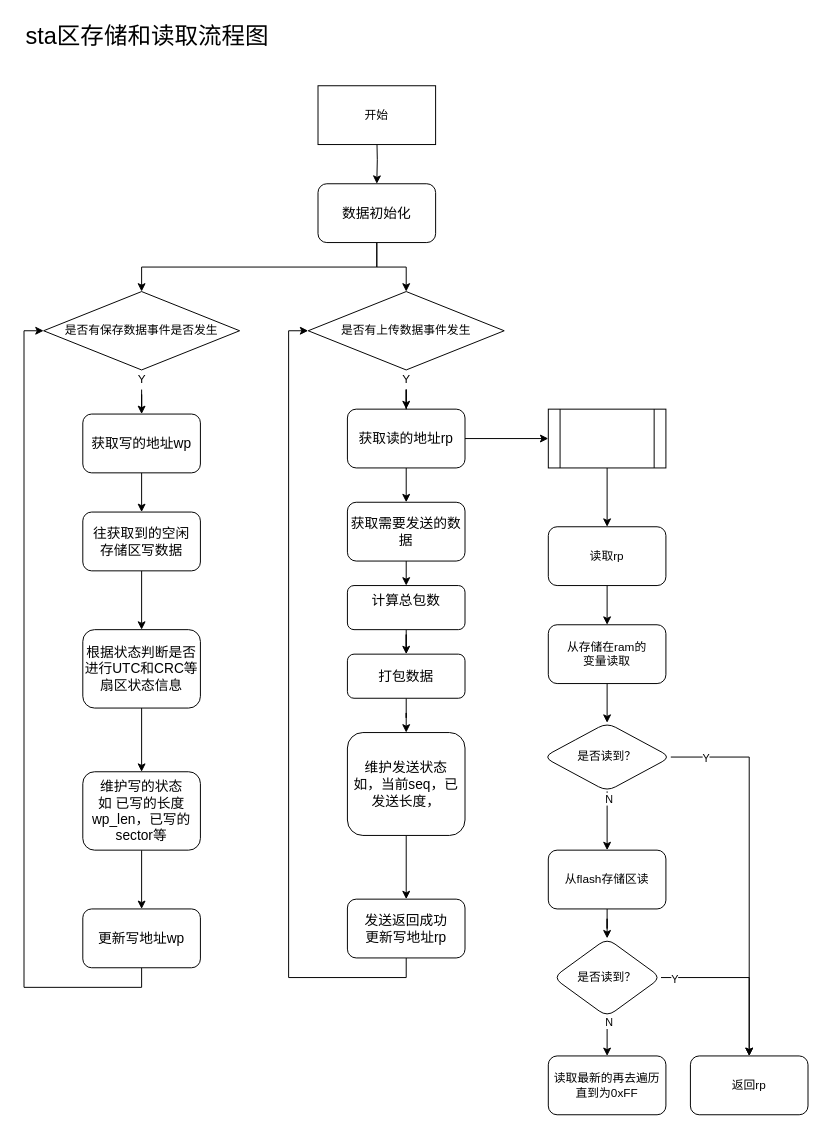
The draw.io diagram page "Page-1" (1 of 9) of P3.drawio in blackfalsehood/mycode, before the edit. Source tidied: cells renumbered, new cells numbered last; positions are measured from the earlier drawing's top-left corner, leaving out a move shared by most shapes. Both pictures are drawn from the tidied source at 98%, with x=0, y=0 at pixel (20, 17).
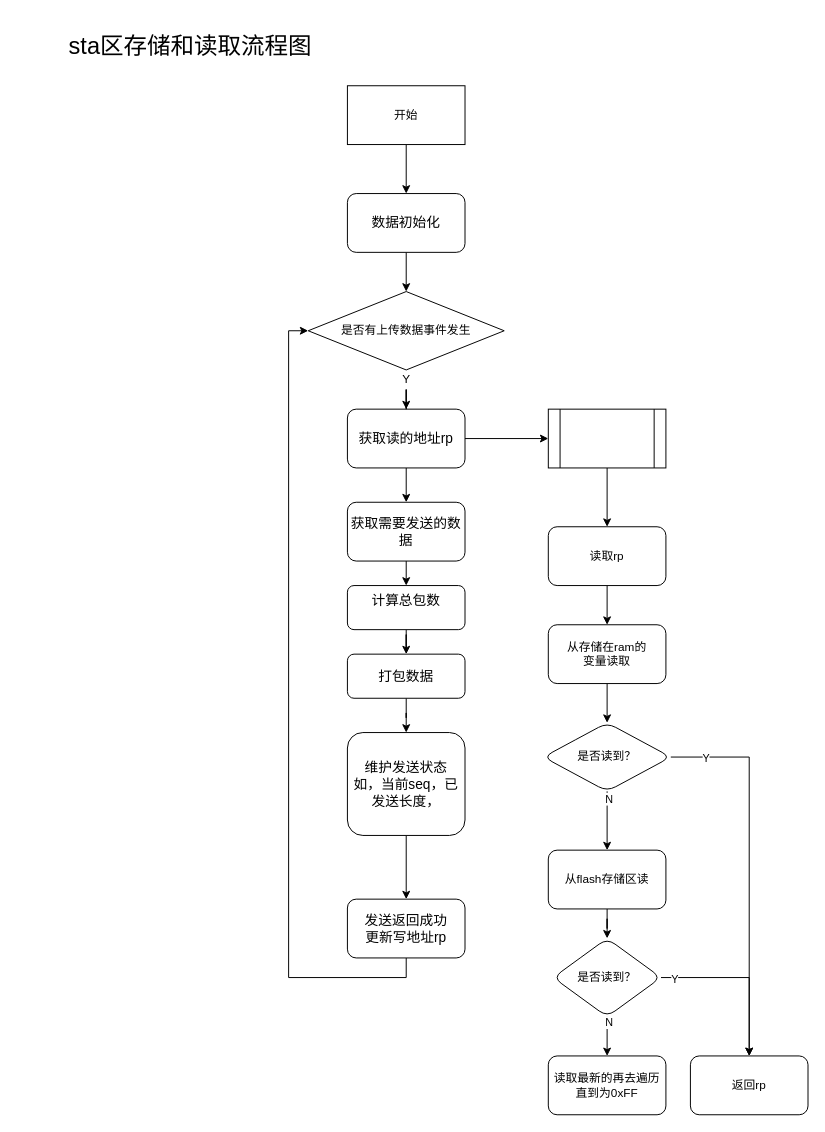
The same page after the edit.

Change to the diagram source:
```diff
@@
-    <mxCell id="2" style="edgeStyle=orthogonalEdgeStyle;rounded=0;jettySize=auto;html=1;exitX=0.5;exitY=1;exitDx=0;exitDy=0;entryX=0.5;entryY=0;entryDx=0;entryDy=0;" parent="1" edge="1" source="3" target="5">
-      <mxGeometry relative="1" as="geometry" />
-    </mxCell>
-    <mxCell id="3" value="&lt;font style=&quot;font-size: 14px&quot;&gt;获取写的地址wp&lt;/font&gt;" style="rounded=1;whiteSpace=wrap;html=1;" parent="1" vertex="1">
-      <mxGeometry x="64" y="405" width="120" height="60" as="geometry" />
-    </mxCell>
-    <mxCell id="4" style="edgeStyle=orthogonalEdgeStyle;rounded=0;jettySize=auto;html=1;exitX=0.5;exitY=1;exitDx=0;exitDy=0;entryX=0.5;entryY=0;entryDx=0;entryDy=0;" parent="1" edge="1" source="5" target="7">
-      <mxGeometry relative="1" as="geometry" />
-    </mxCell>
-    <mxCell id="5" value="&lt;span style=&quot;font-size: 14px&quot;&gt;往获取到的空闲&lt;br&gt;存储区写数据&lt;br&gt;&lt;/span&gt;" style="rounded=1;whiteSpace=wrap;html=1;" parent="1" vertex="1">
-      <mxGeometry x="64" y="505" width="120" height="60" as="geometry" />
-    </mxCell>
-    <mxCell id="6" style="edgeStyle=orthogonalEdgeStyle;rounded=0;jettySize=auto;html=1;entryX=0.5;entryY=0;entryDx=0;entryDy=0;" parent="1" edge="1" source="7" target="35">
-      <mxGeometry relative="1" as="geometry" />
-    </mxCell>
-    <mxCell id="7" value="&lt;span style=&quot;font-size: 14px&quot;&gt;根据状态判断是否进行UTC和CRC等扇区状态信息&lt;/span&gt;" style="rounded=1;whiteSpace=wrap;html=1;" parent="1" vertex="1">
-      <mxGeometry x="64" y="625" width="120" height="80" as="geometry" />
-    </mxCell>
-    <mxCell id="8" style="edgeStyle=orthogonalEdgeStyle;rounded=0;jettySize=auto;html=1;exitX=0.5;exitY=1;exitDx=0;exitDy=0;entryX=0;entryY=0.5;entryDx=0;entryDy=0;" parent="1" edge="1" source="9" target="16">
-      <mxGeometry relative="1" as="geometry" />
+    <mxCell id="8" style="edgeStyle=orthogonalEdgeStyle;rounded=0;orthogonalLoop=1;jettySize=auto;html=1;exitX=0.5;exitY=1;exitDx=0;exitDy=0;entryX=0;entryY=0.5;entryDx=0;entryDy=0;" parent="1" edge="1">
+      <mxGeometry relative="1" as="geometry">
+        <mxPoint x="168" y="980" as="sourcePoint" />
+      </mxGeometry>
     </mxCell>
-    <mxCell id="9" value="&lt;font style=&quot;font-size: 14px&quot;&gt;更新写地址wp&lt;/font&gt;" style="rounded=1;whiteSpace=wrap;html=1;" parent="1" vertex="1">
-      <mxGeometry x="64" y="910" width="120" height="60" as="geometry" />
-    </mxCell>
-    <mxCell id="10" style="edgeStyle=orthogonalEdgeStyle;rounded=0;jettySize=auto;html=1;exitX=0.5;exitY=1;exitDx=0;exitDy=0;entryX=0.5;entryY=0;entryDx=0;entryDy=0;" parent="1" edge="1" target="14">
-      <mxGeometry relative="1" as="geometry">
-        <mxPoint x="364" y="120" as="sourcePoint" />
-      </mxGeometry>
-    </mxCell>
+    <mxCell id="59" style="edgeStyle=orthogonalEdgeStyle;rounded=0;jettySize=auto;html=1;" parent="1" edge="1" source="11" target="14">
+      <mxGeometry relative="1" as="geometry" />
+    </mxCell>
     <mxCell id="11" value="开始" style="rounded=0;whiteSpace=wrap;html=1;" parent="1" vertex="1">
-      <mxGeometry x="304" y="70" width="120" height="60" as="geometry" />
+      <mxGeometry x="334" y="70" width="120" height="60" as="geometry" />
     </mxCell>
-    <mxCell id="12" style="edgeStyle=orthogonalEdgeStyle;rounded=0;jettySize=auto;html=1;exitX=0.5;exitY=1;exitDx=0;exitDy=0;entryX=0.5;entryY=0;entryDx=0;entryDy=0;" parent="1" edge="1" source="14" target="16">
-      <mxGeometry relative="1" as="geometry" />
-    </mxCell>
@@
     <mxCell id="14" value="&lt;font style=&quot;font-size: 14px&quot;&gt;数据初始化&lt;/font&gt;" style="rounded=1;whiteSpace=wrap;html=1;" parent="1" vertex="1">
-      <mxGeometry x="304" y="170" width="120" height="60" as="geometry" />
+      <mxGeometry x="334" y="180" width="120" height="60" as="geometry" />
     </mxCell>
-    <mxCell id="15" style="edgeStyle=orthogonalEdgeStyle;rounded=0;jettySize=auto;html=1;exitX=0.5;exitY=1;exitDx=0;exitDy=0;" parent="1" edge="1" source="17" target="3">
-      <mxGeometry relative="1" as="geometry" />
-    </mxCell>
-    <mxCell id="16" value="是否有保存数据事件是否发生" style="rhombus;whiteSpace=wrap;html=1;" parent="1" vertex="1">
-      <mxGeometry x="24" y="280" width="200" height="80" as="geometry" />
-    </mxCell>
-    <mxCell id="17" value="Y" style="text;html=1;align=center;verticalAlign=middle;points=[];fillColor=none;strokeColor=none;rounded=0;" parent="1" vertex="1">
-      <mxGeometry x="114" y="360" width="20" height="20" as="geometry" />
-    </mxCell>
-    <mxCell id="18" style="edgeStyle=orthogonalEdgeStyle;rounded=0;jettySize=auto;html=1;exitX=0.5;exitY=1;exitDx=0;exitDy=0;" parent="1" edge="1" source="16" target="17">
-      <mxGeometry relative="1" as="geometry">
-        <Array as="points">
-          <mxPoint x="124" y="370" />
-          <mxPoint x="124" y="370" />
-        </Array>
-      </mxGeometry>
-    </mxCell>
@@
-    <mxCell id="34" style="edgeStyle=orthogonalEdgeStyle;rounded=0;jettySize=auto;html=1;exitX=0.5;exitY=1;exitDx=0;exitDy=0;" parent="1" edge="1" source="35" target="9">
-      <mxGeometry relative="1" as="geometry" />
-    </mxCell>
-    <mxCell id="35" value="&lt;span style=&quot;font-size: 14px&quot;&gt;维护写的状态&lt;br&gt;如 已写的长度wp_len，已写的sector等&lt;br&gt;&lt;/span&gt;" style="rounded=1;whiteSpace=wrap;html=1;" parent="1" vertex="1">
-      <mxGeometry x="64" y="770" width="120" height="80" as="geometry" />
-    </mxCell>
@@
     <mxCell id="58" value="&lt;font style=&quot;font-size: 24px&quot;&gt;sta区存储和读取流程图&lt;/font&gt;" style="text;html=1;strokeColor=none;fillColor=none;align=center;verticalAlign=middle;whiteSpace=wrap;rounded=0;" parent="1" vertex="1">
-      <mxGeometry width="260" height="40" as="geometry" />
+      <mxGeometry x="44" y="10" width="260" height="40" as="geometry" />
     </mxCell>
```
